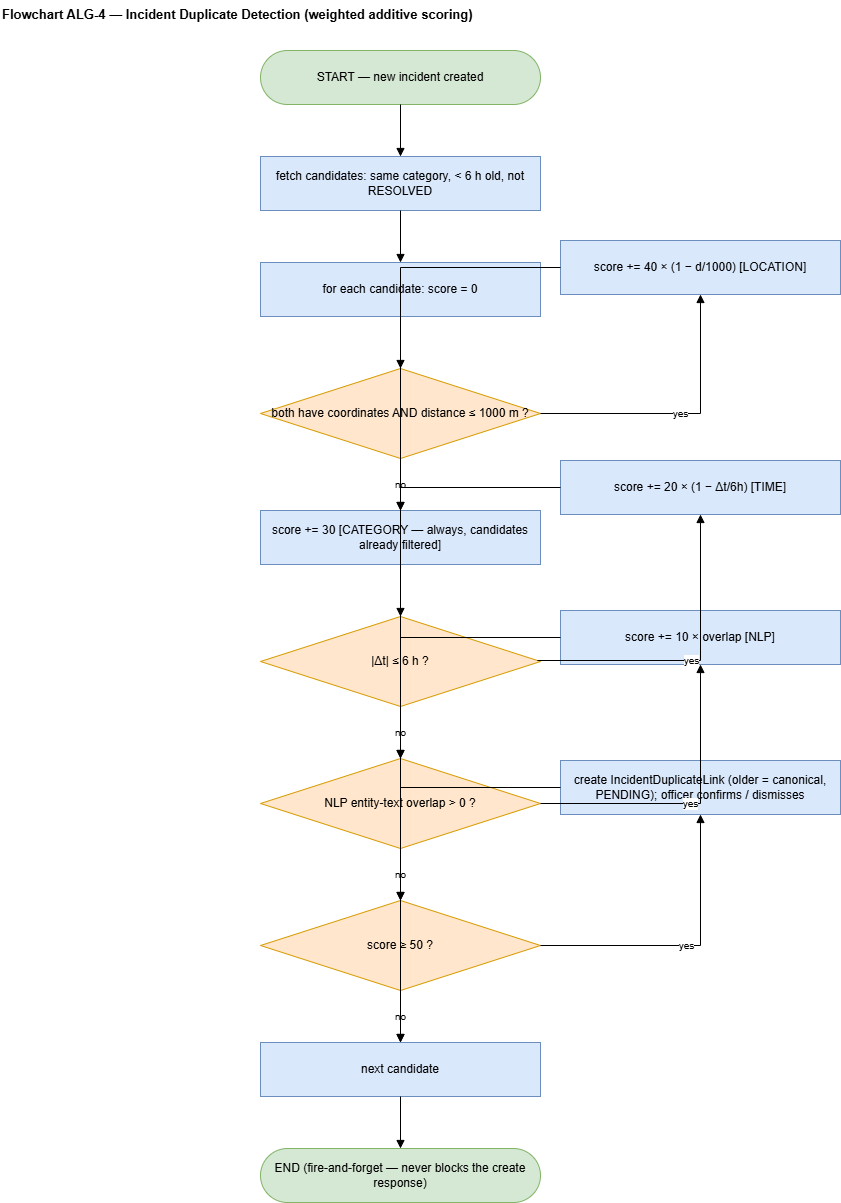
DeshanDV1003/Suraksha---Web-App keeps this draw.io diagram as research-report-source/diagrams/pngs/Flowchart_ALG-4_Duplicate_Detection.drawio.png. Above is the earlier version. Source tidied: cells renumbered, new cells last; positions are measured from the earlier drawing's top-left corner, leaving out a move shared by most shapes. The source it was exported from:
```xml
<mxGraphModel>
  <root>
    <mxCell id="0" />
    <mxCell id="1" parent="0" />
    <mxCell id="2" value="Flowchart ALG-4 — Incident Duplicate Detection (weighted additive scoring)" style="text;html=1;fontStyle=1;fontSize=13;align=left;" parent="1" vertex="1">
      <mxGeometry width="820" height="26" as="geometry" />
    </mxCell>
    <mxCell id="3" value="START — new incident created" style="rounded=1;arcSize=50;whiteSpace=wrap;html=1;fillColor=#d5e8d4;strokeColor=#82b366;" parent="1" vertex="1">
      <mxGeometry x="260" y="50" width="280" height="54" as="geometry" />
    </mxCell>
    <mxCell id="4" value="fetch candidates: same category, &lt; 6 h old, not RESOLVED" style="rounded=0;whiteSpace=wrap;html=1;fillColor=#dae8fc;strokeColor=#6c8ebf;" parent="1" vertex="1">
      <mxGeometry x="260" y="156" width="280" height="54" as="geometry" />
    </mxCell>
    <mxCell id="5" value="for each candidate: score = 0" style="rounded=0;whiteSpace=wrap;html=1;fillColor=#dae8fc;strokeColor=#6c8ebf;" parent="1" vertex="1">
      <mxGeometry x="260" y="262" width="280" height="54" as="geometry" />
    </mxCell>
    <mxCell id="6" value="both have coordinates AND distance ≤ 1000 m ?" style="rhombus;whiteSpace=wrap;html=1;fillColor=#ffe6cc;strokeColor=#d79b00;" parent="1" vertex="1">
      <mxGeometry x="260" y="368" width="280" height="90" as="geometry" />
    </mxCell>
    <mxCell id="7" value="score += 40 × (1 − d/1000)   [LOCATION]" style="rounded=0;whiteSpace=wrap;html=1;fillColor=#dae8fc;strokeColor=#6c8ebf;" parent="1" vertex="1">
      <mxGeometry x="560" y="240" width="280" height="54" as="geometry" />
    </mxCell>
    <mxCell id="8" value="score += 30   [CATEGORY — always, candidates already filtered]" style="rounded=0;whiteSpace=wrap;html=1;fillColor=#dae8fc;strokeColor=#6c8ebf;" parent="1" vertex="1">
      <mxGeometry x="260" y="510" width="280" height="54" as="geometry" />
    </mxCell>
    <mxCell id="9" value="|Δt| ≤ 6 h ?" style="rhombus;whiteSpace=wrap;html=1;fillColor=#ffe6cc;strokeColor=#d79b00;" parent="1" vertex="1">
      <mxGeometry x="260" y="616" width="280" height="90" as="geometry" />
    </mxCell>
    <mxCell id="10" value="score += 20 × (1 − Δt/6h)   [TIME]" style="rounded=0;whiteSpace=wrap;html=1;fillColor=#dae8fc;strokeColor=#6c8ebf;" parent="1" vertex="1">
      <mxGeometry x="560" y="460" width="280" height="54" as="geometry" />
    </mxCell>
    <mxCell id="11" value="NLP entity-text overlap &gt; 0 ?" style="rhombus;whiteSpace=wrap;html=1;fillColor=#ffe6cc;strokeColor=#d79b00;" parent="1" vertex="1">
      <mxGeometry x="260" y="758" width="280" height="90" as="geometry" />
    </mxCell>
    <mxCell id="12" value="score += 10 × overlap   [NLP]" style="rounded=0;whiteSpace=wrap;html=1;fillColor=#dae8fc;strokeColor=#6c8ebf;" parent="1" vertex="1">
      <mxGeometry x="560" y="610" width="280" height="54" as="geometry" />
    </mxCell>
    <mxCell id="13" value="score ≥ 50 ?" style="rhombus;whiteSpace=wrap;html=1;fillColor=#ffe6cc;strokeColor=#d79b00;" parent="1" vertex="1">
      <mxGeometry x="260" y="900" width="280" height="90" as="geometry" />
    </mxCell>
    <mxCell id="14" value="create IncidentDuplicateLink (older = canonical, PENDING); officer confirms / dismisses" style="rounded=0;whiteSpace=wrap;html=1;fillColor=#dae8fc;strokeColor=#6c8ebf;" parent="1" vertex="1">
      <mxGeometry x="560" y="760" width="280" height="54" as="geometry" />
    </mxCell>
    <mxCell id="15" value="next candidate" style="rounded=0;whiteSpace=wrap;html=1;fillColor=#dae8fc;strokeColor=#6c8ebf;" parent="1" vertex="1">
      <mxGeometry x="260" y="1042" width="280" height="54" as="geometry" />
    </mxCell>
    <mxCell id="16" value="END  (fire-and-forget — never blocks the create response)" style="rounded=1;arcSize=50;whiteSpace=wrap;html=1;fillColor=#d5e8d4;strokeColor=#82b366;" parent="1" vertex="1">
      <mxGeometry x="260" y="1148" width="280" height="54" as="geometry" />
    </mxCell>
    <mxCell id="17" style="edgeStyle=orthogonalEdgeStyle;rounded=0;html=1;endArrow=block;fontSize=10;" parent="1" edge="1" source="3" target="4">
      <mxGeometry relative="1" as="geometry" />
    </mxCell>
    <mxCell id="18" style="edgeStyle=orthogonalEdgeStyle;rounded=0;html=1;endArrow=block;fontSize=10;" parent="1" edge="1" source="4" target="5">
      <mxGeometry relative="1" as="geometry" />
    </mxCell>
    <mxCell id="19" style="edgeStyle=orthogonalEdgeStyle;rounded=0;html=1;endArrow=block;fontSize=10;" parent="1" edge="1" source="5" target="6">
      <mxGeometry relative="1" as="geometry" />
    </mxCell>
    <mxCell id="20" style="edgeStyle=orthogonalEdgeStyle;rounded=0;html=1;endArrow=block;fontSize=10;" parent="1" edge="1" source="8" target="9">
      <mxGeometry relative="1" as="geometry" />
    </mxCell>
    <mxCell id="21" style="edgeStyle=orthogonalEdgeStyle;rounded=0;html=1;endArrow=block;fontSize=10;" parent="1" edge="1" source="15" target="16">
      <mxGeometry relative="1" as="geometry" />
    </mxCell>
    <mxCell id="22" value="no" style="edgeStyle=orthogonalEdgeStyle;rounded=0;html=1;endArrow=block;fontSize=10;" parent="1" edge="1" source="6" target="8">
      <mxGeometry relative="1" as="geometry" />
    </mxCell>
    <mxCell id="23" value="yes" style="edgeStyle=orthogonalEdgeStyle;rounded=0;html=1;endArrow=block;fontSize=10;" parent="1" edge="1" source="6" target="7">
      <mxGeometry relative="1" as="geometry" />
    </mxCell>
    <mxCell id="24" style="edgeStyle=orthogonalEdgeStyle;rounded=0;html=1;endArrow=block;fontSize=10;" parent="1" edge="1" source="7" target="8">
      <mxGeometry relative="1" as="geometry" />
    </mxCell>
    <mxCell id="25" value="no" style="edgeStyle=orthogonalEdgeStyle;rounded=0;html=1;endArrow=block;fontSize=10;" parent="1" edge="1" source="9" target="11">
      <mxGeometry relative="1" as="geometry" />
    </mxCell>
    <mxCell id="26" value="yes" style="edgeStyle=orthogonalEdgeStyle;rounded=0;html=1;endArrow=block;fontSize=10;" parent="1" edge="1" source="9" target="10">
      <mxGeometry relative="1" as="geometry">
        <Array as="points">
          <mxPoint x="700" y="660" />
        </Array>
      </mxGeometry>
    </mxCell>
    <mxCell id="27" style="edgeStyle=orthogonalEdgeStyle;rounded=0;html=1;endArrow=block;fontSize=10;" parent="1" edge="1" source="10" target="11">
      <mxGeometry relative="1" as="geometry" />
    </mxCell>
    <mxCell id="28" value="no" style="edgeStyle=orthogonalEdgeStyle;rounded=0;html=1;endArrow=block;fontSize=10;" parent="1" edge="1" source="11" target="13">
      <mxGeometry relative="1" as="geometry" />
    </mxCell>
    <mxCell id="29" value="yes" style="edgeStyle=orthogonalEdgeStyle;rounded=0;html=1;endArrow=block;fontSize=10;" parent="1" edge="1" source="11" target="12">
      <mxGeometry relative="1" as="geometry" />
    </mxCell>
    <mxCell id="30" style="edgeStyle=orthogonalEdgeStyle;rounded=0;html=1;endArrow=block;fontSize=10;" parent="1" edge="1" source="12" target="13">
      <mxGeometry relative="1" as="geometry" />
    </mxCell>
    <mxCell id="31" value="no" style="edgeStyle=orthogonalEdgeStyle;rounded=0;html=1;endArrow=block;fontSize=10;" parent="1" edge="1" source="13" target="15">
      <mxGeometry relative="1" as="geometry" />
    </mxCell>
    <mxCell id="32" value="yes" style="edgeStyle=orthogonalEdgeStyle;rounded=0;html=1;endArrow=block;fontSize=10;" parent="1" edge="1" source="13" target="14">
      <mxGeometry relative="1" as="geometry" />
    </mxCell>
    <mxCell id="33" style="edgeStyle=orthogonalEdgeStyle;rounded=0;html=1;endArrow=block;fontSize=10;" parent="1" edge="1" source="14" target="15">
      <mxGeometry relative="1" as="geometry" />
    </mxCell>
  </root>
</mxGraphModel>
```
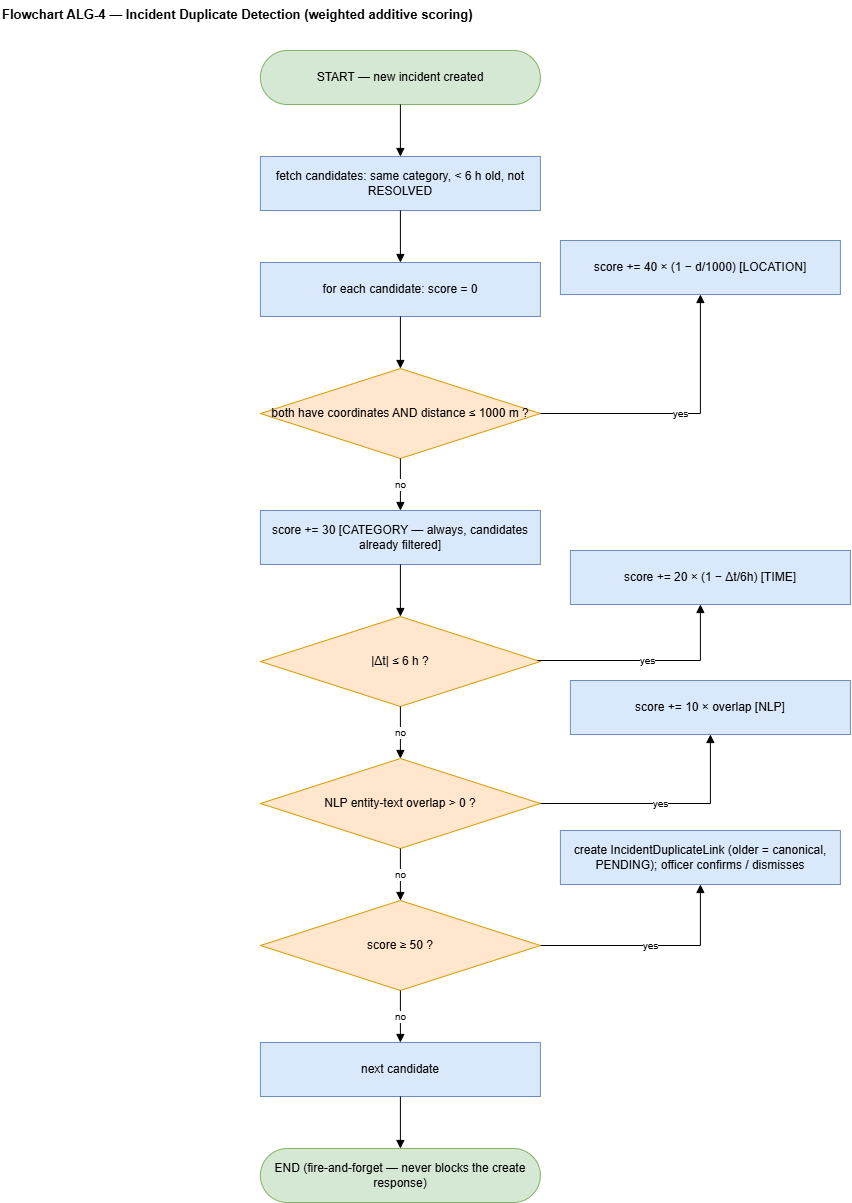
After the commit.

Diff of the diagram source:
```diff
@@ -27,19 +27,19 @@
       <mxGeometry x="260" y="616" width="280" height="90" as="geometry" />
     </mxCell>
     <mxCell id="10" value="score += 20 × (1 − Δt/6h)   [TIME]" style="rounded=0;whiteSpace=wrap;html=1;fillColor=#dae8fc;strokeColor=#6c8ebf;" parent="1" vertex="1">
-      <mxGeometry x="560" y="460" width="280" height="54" as="geometry" />
+      <mxGeometry x="570" y="550" width="280" height="54" as="geometry" />
     </mxCell>
     <mxCell id="11" value="NLP entity-text overlap &gt; 0 ?" style="rhombus;whiteSpace=wrap;html=1;fillColor=#ffe6cc;strokeColor=#d79b00;" parent="1" vertex="1">
       <mxGeometry x="260" y="758" width="280" height="90" as="geometry" />
     </mxCell>
     <mxCell id="12" value="score += 10 × overlap   [NLP]" style="rounded=0;whiteSpace=wrap;html=1;fillColor=#dae8fc;strokeColor=#6c8ebf;" parent="1" vertex="1">
-      <mxGeometry x="560" y="610" width="280" height="54" as="geometry" />
+      <mxGeometry x="570" y="680" width="280" height="54" as="geometry" />
     </mxCell>
     <mxCell id="13" value="score ≥ 50 ?" style="rhombus;whiteSpace=wrap;html=1;fillColor=#ffe6cc;strokeColor=#d79b00;" parent="1" vertex="1">
       <mxGeometry x="260" y="900" width="280" height="90" as="geometry" />
     </mxCell>
     <mxCell id="14" value="create IncidentDuplicateLink (older = canonical, PENDING); officer confirms / dismisses" style="rounded=0;whiteSpace=wrap;html=1;fillColor=#dae8fc;strokeColor=#6c8ebf;" parent="1" vertex="1">
-      <mxGeometry x="560" y="760" width="280" height="54" as="geometry" />
+      <mxGeometry x="560" y="830" width="280" height="54" as="geometry" />
     </mxCell>
     <mxCell id="15" value="next candidate" style="rounded=0;whiteSpace=wrap;html=1;fillColor=#dae8fc;strokeColor=#6c8ebf;" parent="1" vertex="1">
       <mxGeometry x="260" y="1042" width="280" height="54" as="geometry" />
@@ -68,9 +68,6 @@
     <mxCell id="23" value="yes" style="edgeStyle=orthogonalEdgeStyle;rounded=0;html=1;endArrow=block;fontSize=10;" parent="1" edge="1" source="6" target="7">
       <mxGeometry relative="1" as="geometry" />
     </mxCell>
-    <mxCell id="24" style="edgeStyle=orthogonalEdgeStyle;rounded=0;html=1;endArrow=block;fontSize=10;" parent="1" edge="1" source="7" target="8">
-      <mxGeometry relative="1" as="geometry" />
-    </mxCell>
     <mxCell id="25" value="no" style="edgeStyle=orthogonalEdgeStyle;rounded=0;html=1;endArrow=block;fontSize=10;" parent="1" edge="1" source="9" target="11">
       <mxGeometry relative="1" as="geometry" />
     </mxCell>
@@ -81,26 +78,17 @@
         </Array>
       </mxGeometry>
     </mxCell>
-    <mxCell id="27" style="edgeStyle=orthogonalEdgeStyle;rounded=0;html=1;endArrow=block;fontSize=10;" parent="1" edge="1" source="10" target="11">
-      <mxGeometry relative="1" as="geometry" />
-    </mxCell>
     <mxCell id="28" value="no" style="edgeStyle=orthogonalEdgeStyle;rounded=0;html=1;endArrow=block;fontSize=10;" parent="1" edge="1" source="11" target="13">
       <mxGeometry relative="1" as="geometry" />
     </mxCell>
     <mxCell id="29" value="yes" style="edgeStyle=orthogonalEdgeStyle;rounded=0;html=1;endArrow=block;fontSize=10;" parent="1" edge="1" source="11" target="12">
       <mxGeometry relative="1" as="geometry" />
     </mxCell>
-    <mxCell id="30" style="edgeStyle=orthogonalEdgeStyle;rounded=0;html=1;endArrow=block;fontSize=10;" parent="1" edge="1" source="12" target="13">
-      <mxGeometry relative="1" as="geometry" />
-    </mxCell>
     <mxCell id="31" value="no" style="edgeStyle=orthogonalEdgeStyle;rounded=0;html=1;endArrow=block;fontSize=10;" parent="1" edge="1" source="13" target="15">
       <mxGeometry relative="1" as="geometry" />
     </mxCell>
     <mxCell id="32" value="yes" style="edgeStyle=orthogonalEdgeStyle;rounded=0;html=1;endArrow=block;fontSize=10;" parent="1" edge="1" source="13" target="14">
       <mxGeometry relative="1" as="geometry" />
     </mxCell>
-    <mxCell id="33" style="edgeStyle=orthogonalEdgeStyle;rounded=0;html=1;endArrow=block;fontSize=10;" parent="1" edge="1" source="14" target="15">
-      <mxGeometry relative="1" as="geometry" />
-    </mxCell>
   </root>
 </mxGraphModel>
```
